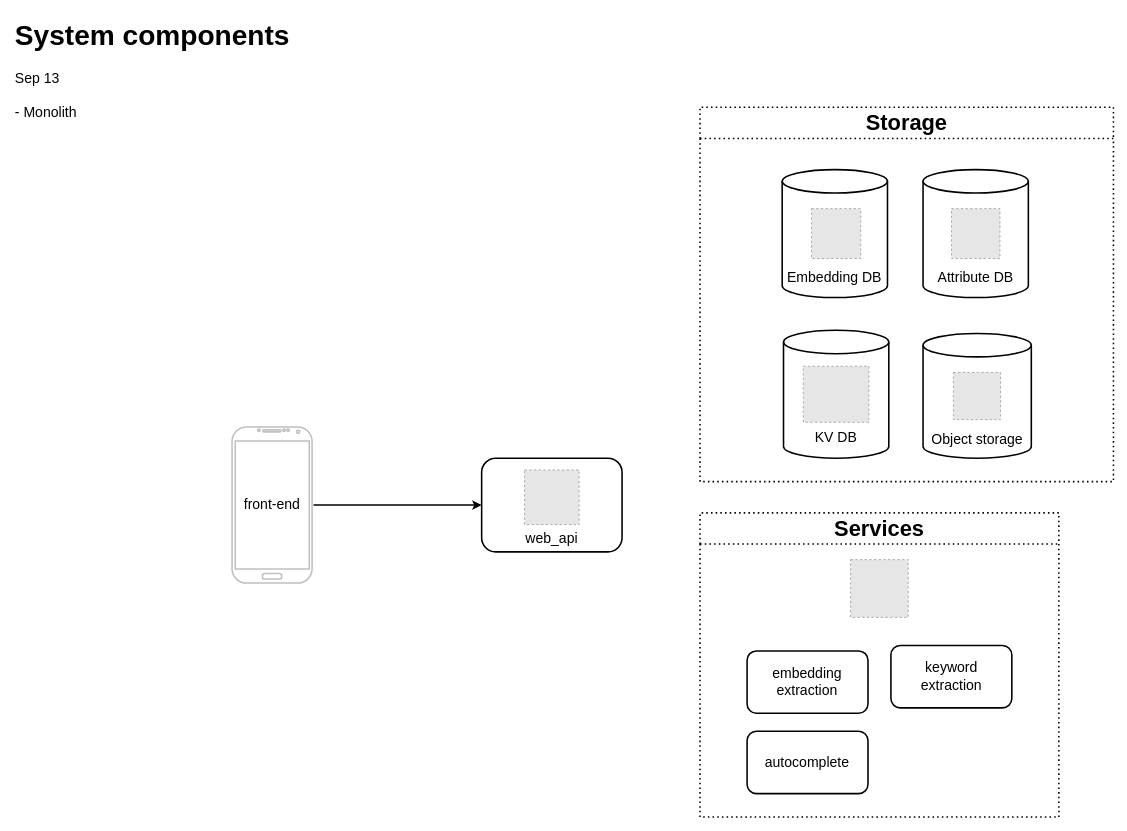
Above: page "system-components" (1 of 7) of visual-retriever/system-diagram.drawio in hoanghl/xbutler-document (draw.io), before the change. Source tidied: cells renumbered, new cells numbered last; positions are measured from the earlier drawing's top-left corner, leaving out a move shared by most shapes. Both pictures are drawn from the tidied source at 78%, with x=0, y=0 at pixel (13, 13). Pictures stored in the file or linked from it are replaced by grey dashed boxes.
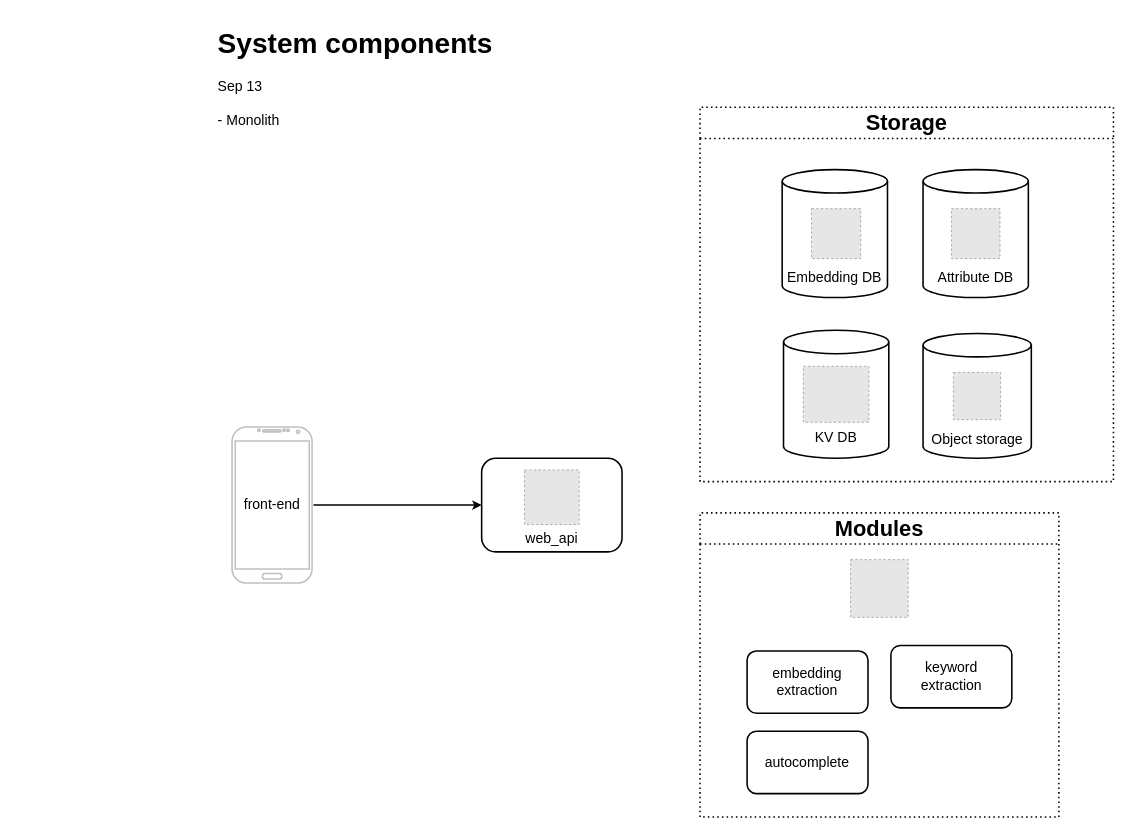
Above is the later version.

Change to the diagram source:
```diff
@@
     <mxCell id="7" value="&lt;h1 style=&quot;margin-top: 0px;&quot;&gt;System components&lt;/h1&gt;&lt;div&gt;Sep 13&lt;/div&gt;&lt;div&gt;&lt;br&gt;&lt;/div&gt;&lt;div&gt;- Monolith&lt;/div&gt;" style="text;html=1;whiteSpace=wrap;overflow=hidden;rounded=0;fontFamily=Helvetica;fontSize=18;fontColor=default;labelBackgroundColor=default;strokeWidth=2;" parent="1" vertex="1">
-      <mxGeometry width="380" height="220" as="geometry" />
+      <mxGeometry x="260" y="10" width="380" height="220" as="geometry" />
     </mxCell>
@@
-    <mxCell id="17" value="&lt;font style=&quot;font-size: 28px;&quot;&gt;Services&lt;/font&gt;" style="swimlane;whiteSpace=wrap;html=1;strokeColor=default;strokeWidth=2;align=center;verticalAlign=middle;fontFamily=Helvetica;fontSize=18;fontColor=default;labelBackgroundColor=default;fillColor=default;startSize=40;dashed=1;dashPattern=1 2;" parent="1" vertex="1">
+    <mxCell id="17" value="&lt;font style=&quot;font-size: 28px;&quot;&gt;Modules&lt;/font&gt;" style="swimlane;whiteSpace=wrap;html=1;strokeColor=default;strokeWidth=2;align=center;verticalAlign=middle;fontFamily=Helvetica;fontSize=18;fontColor=default;labelBackgroundColor=default;fillColor=default;startSize=40;dashed=1;dashPattern=1 2;" parent="1" vertex="1">
       <mxGeometry x="880" y="640" width="460" height="390" as="geometry" />
     </mxCell>
```
